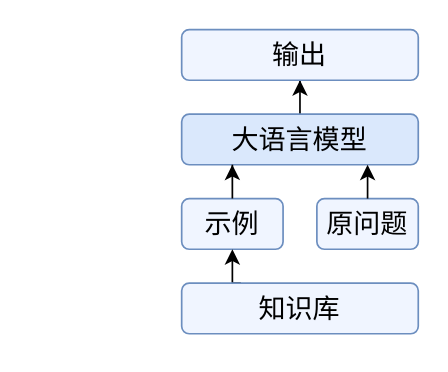
The draw.io diagram 开题报告/ICL-RAG.drawio in Olive-2019/drawio-source, before the edit. Source tidied: cells renumbered, new cells numbered last; positions are measured from the earlier drawing's top-left corner, leaving out a move shared by most shapes. Both pictures are drawn from the tidied source at 169%, with x=0, y=0 at pixel (181, 29).
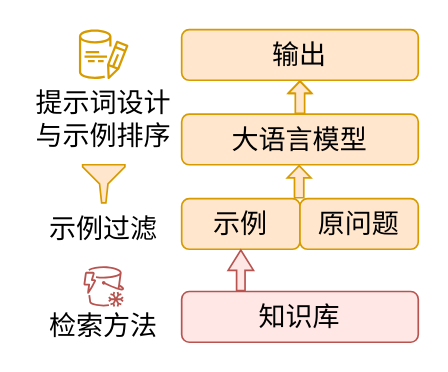
The same diagram, later.

What changed in the source:
```diff
@@
 <mxGraphModel>
   <root>
     <mxCell id="0" />
     <mxCell id="1" parent="0" />
-    <mxCell id="2" value="示例" style="rounded=1;whiteSpace=wrap;html=1;fontSize=16;fillColor=#F0F5FF;strokeColor=#6c8ebf;" parent="1" vertex="1">
-      <mxGeometry y="100" width="60" height="30" as="geometry" />
+    <mxCell id="2" value="示例" style="rounded=1;whiteSpace=wrap;html=1;fontSize=16;fillColor=#ffe6cc;strokeColor=#d79b00;" parent="1" vertex="1">
+      <mxGeometry y="100" width="70" height="30" as="geometry" />
     </mxCell>
-    <mxCell id="3" value="原问题" style="rounded=1;whiteSpace=wrap;html=1;fontSize=16;fillColor=#F0F5FF;strokeColor=#6c8ebf;" parent="1" vertex="1">
-      <mxGeometry x="80" y="100" width="60" height="30" as="geometry" />
+    <mxCell id="3" value="原问题" style="rounded=1;whiteSpace=wrap;html=1;fontSize=16;fillColor=#ffe6cc;strokeColor=#d79b00;" parent="1" vertex="1">
+      <mxGeometry x="70" y="100" width="70" height="30" as="geometry" />
     </mxCell>
-    <mxCell id="4" style="edgeStyle=orthogonalEdgeStyle;rounded=0;jettySize=auto;html=1;entryX=0.5;entryY=1;entryDx=0;entryDy=0;" parent="1" edge="1" source="5" target="6">
+    <mxCell id="4" style="edgeStyle=orthogonalEdgeStyle;rounded=0;jettySize=auto;html=1;entryX=0.5;entryY=1;entryDx=0;entryDy=0;shape=flexArrow;endWidth=7.5;endSize=2.085;width=5.5;fillColor=#ffe6cc;strokeColor=#d79b00;" parent="1" edge="1" source="5" target="6">
       <mxGeometry relative="1" as="geometry" />
     </mxCell>
-    <mxCell id="5" value="大语言模型" style="rounded=1;whiteSpace=wrap;html=1;fontSize=16;fillColor=#dae8fc;strokeColor=#6c8ebf;" parent="1" vertex="1">
+    <mxCell id="5" value="大语言模型" style="rounded=1;whiteSpace=wrap;html=1;fontSize=16;fillColor=#ffe6cc;strokeColor=#d79b00;" parent="1" vertex="1">
       <mxGeometry y="50" width="140" height="30" as="geometry" />
     </mxCell>
-    <mxCell id="6" value="输出" style="rounded=1;whiteSpace=wrap;html=1;fontSize=16;fillColor=#F0F5FF;strokeColor=#6c8ebf;" parent="1" vertex="1">
+    <mxCell id="6" value="输出" style="rounded=1;whiteSpace=wrap;html=1;fontSize=16;fillColor=#ffe6cc;strokeColor=#d79b00;" parent="1" vertex="1">
       <mxGeometry width="140" height="30" as="geometry" />
     </mxCell>
-    <mxCell id="7" style="edgeStyle=orthogonalEdgeStyle;rounded=0;jettySize=auto;html=1;entryX=0.214;entryY=1;entryDx=0;entryDy=0;entryPerimeter=0;" parent="1" edge="1" source="2" target="5">
-      <mxGeometry relative="1" as="geometry" />
-    </mxCell>
-    <mxCell id="8" style="edgeStyle=orthogonalEdgeStyle;rounded=0;jettySize=auto;html=1;entryX=0.789;entryY=1.017;entryDx=0;entryDy=0;entryPerimeter=0;" parent="1" edge="1" source="3" target="5">
-      <mxGeometry relative="1" as="geometry" />
-    </mxCell>
-    <mxCell id="9" style="edgeStyle=orthogonalEdgeStyle;rounded=0;jettySize=auto;html=1;entryX=0.5;entryY=1;entryDx=0;entryDy=0;exitX=0.25;exitY=0;exitDx=0;exitDy=0;" parent="1" edge="1" source="10" target="2">
+    <mxCell id="9" style="edgeStyle=orthogonalEdgeStyle;rounded=0;jettySize=auto;html=1;entryX=0.5;entryY=1;entryDx=0;entryDy=0;exitX=0.25;exitY=0;exitDx=0;exitDy=0;shape=flexArrow;endWidth=9;endSize=3.665;width=5;fillColor=#FFE7E5;strokeColor=#b85450;" parent="1" edge="1" source="10" target="2">
       <mxGeometry relative="1" as="geometry" />
     </mxCell>
-    <mxCell id="10" value="知识库" style="rounded=1;whiteSpace=wrap;html=1;strokeColor=#6c8ebf;align=center;verticalAlign=middle;fontFamily=Helvetica;fontSize=16;fontColor=default;fillColor=#F0F5FF;" parent="1" vertex="1">
-      <mxGeometry y="150" width="140" height="30" as="geometry" />
+    <mxCell id="10" value="知识库" style="rounded=1;whiteSpace=wrap;html=1;strokeColor=#b85450;align=center;verticalAlign=middle;fontFamily=Helvetica;fontSize=16;fillColor=#FFE7E5;" parent="1" vertex="1">
+      <mxGeometry y="155" width="140" height="30" as="geometry" />
     </mxCell>
+    <mxCell id="11" style="edgeStyle=orthogonalEdgeStyle;rounded=0;orthogonalLoop=1;jettySize=auto;html=1;entryX=0.5;entryY=1;entryDx=0;entryDy=0;shape=flexArrow;endWidth=7.5;endSize=2.085;width=5.5;fillColor=#ffe6cc;strokeColor=#d79b00;" parent="1" edge="1">
+      <mxGeometry relative="1" as="geometry">
+        <mxPoint x="69.5" y="100" as="sourcePoint" />
+        <mxPoint x="69.5" y="80" as="targetPoint" />
+      </mxGeometry>
+    </mxCell>
+    <mxCell id="12" style="group;" parent="1" vertex="1">
+      <mxGeometry x="-81.1" y="140" width="70" height="45" as="geometry" />
+    </mxCell>
+    <mxCell id="13" style="sketch=0;fillColor=#B85450;strokeColor=#b85450;dashed=0;verticalLabelPosition=bottom;verticalAlign=top;align=center;html=1;fontSize=12;fontStyle=0;shape=mxgraph.aws4.simple_storage_service_s3_glacier_instant_retrieval;strokeWidth=12;" parent="12" vertex="1">
+      <mxGeometry x="23" width="24" height="24" as="geometry" />
+    </mxCell>
+    <mxCell id="14" value="检索方法" style="text;html=1;align=center;verticalAlign=middle;whiteSpace=wrap;rounded=0;fontSize=16;" parent="12" vertex="1">
+      <mxGeometry y="25" width="70" height="20" as="geometry" />
+    </mxCell>
+    <mxCell id="15" style="group;" parent="1" vertex="1">
+      <mxGeometry x="-90" width="87.8" height="80" as="geometry" />
+    </mxCell>
+    <mxCell id="16" style="sketch=0;fillColor=#D79B00;strokeColor=#D79B00;dashed=0;verticalLabelPosition=bottom;verticalAlign=top;align=center;html=1;fontSize=16;fontStyle=0;shape=mxgraph.aws4.rds_optimized_writes;" parent="15" vertex="1">
+      <mxGeometry x="29.2" width="29.3" height="29.3" as="geometry" />
+    </mxCell>
+    <mxCell id="17" value="提示词设计与示例排序" style="text;html=1;align=center;verticalAlign=middle;whiteSpace=wrap;rounded=0;fontSize=16;" parent="15" vertex="1">
+      <mxGeometry y="33" width="87.8" height="40.5" as="geometry" />
+    </mxCell>
+    <mxCell id="18" style="sketch=0;shadow=0;dashed=0;html=1;strokeColor=#d79b00;labelPosition=center;verticalLabelPosition=bottom;verticalAlign=top;align=center;fillColor=#ffe6cc;shape=mxgraph.mscae.enterprise.filter;" parent="1" vertex="1">
+      <mxGeometry x="-58.6" y="80" width="25" height="22.5" as="geometry" />
+    </mxCell>
+    <mxCell id="19" value="示例过滤" style="text;html=1;align=center;verticalAlign=middle;whiteSpace=wrap;rounded=0;fontSize=16;" parent="1" vertex="1">
+      <mxGeometry x="-83.1" y="102.5" width="73.9" height="30" as="geometry" />
+    </mxCell>
   </root>
 </mxGraphModel>
```
